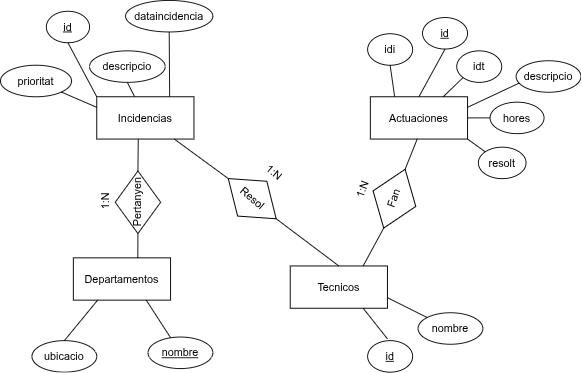
The draw.io diagram content/diagE_R.png in inspedralbes/Page-Wasp-incidents-manage, before a commit. Source tidied: cells renumbered, new cells last; positions are measured from the earlier drawing's top-left corner, leaving out a move shared by most shapes.
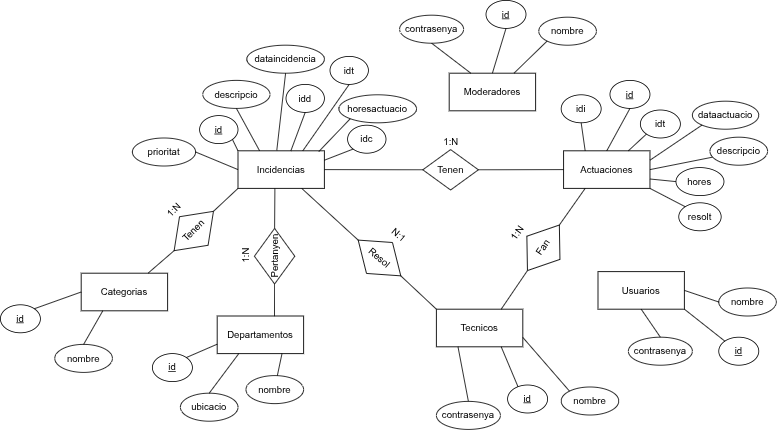
The same file after the commit.

Change to the diagram source:
```diff
@@ -5,35 +5,35 @@
     <mxCell id="2" value="Incidencias" style="rounded=0;whiteSpace=wrap;html=1;strokeWidth=1;" parent="1" vertex="1">
-      <mxGeometry x="107" y="107" width="108" height="47" as="geometry" />
+      <mxGeometry x="-20" y="91" width="108" height="47" as="geometry" />
     </mxCell>
     <mxCell id="3" value="Departamentos" style="rounded=0;whiteSpace=wrap;html=1;strokeWidth=1;" parent="1" vertex="1">
-      <mxGeometry x="81" y="286" width="108" height="47" as="geometry" />
+      <mxGeometry x="-46" y="297.5" width="108" height="47" as="geometry" />
     </mxCell>
     <mxCell id="4" value="Tecnicos" style="rounded=0;whiteSpace=wrap;html=1;strokeWidth=1;" parent="1" vertex="1">
-      <mxGeometry x="322" y="295" width="108" height="47" as="geometry" />
+      <mxGeometry x="228" y="289" width="108" height="47" as="geometry" />
     </mxCell>
     <mxCell id="5" value="Actuaciones" style="rounded=0;whiteSpace=wrap;html=1;strokeWidth=1;" parent="1" vertex="1">
-      <mxGeometry x="411" y="107" width="108" height="47" as="geometry" />
+      <mxGeometry x="387" y="91" width="108" height="47" as="geometry" />
     </mxCell>
     <mxCell id="6" value="&lt;u&gt;id&lt;/u&gt;" style="ellipse;whiteSpace=wrap;html=1;strokeWidth=1;" parent="1" vertex="1">
-      <mxGeometry x="51" y="12" width="48" height="35" as="geometry" />
+      <mxGeometry x="-68" y="47" width="48" height="35" as="geometry" />
     </mxCell>
     <mxCell id="7" value="descripcio" style="ellipse;whiteSpace=wrap;html=1;strokeWidth=1;" parent="1" vertex="1">
-      <mxGeometry x="99" y="56" width="84" height="35" as="geometry" />
+      <mxGeometry x="-64" y="3" width="84" height="35" as="geometry" />
     </mxCell>
     <mxCell id="8" value="prioritat" style="ellipse;whiteSpace=wrap;html=1;strokeWidth=1;" parent="1" vertex="1">
-      <mxGeometry y="72" width="79" height="35" as="geometry" />
+      <mxGeometry x="-152" y="75" width="79" height="35" as="geometry" />
     </mxCell>
     <mxCell id="9" value="dataincidencia" style="ellipse;whiteSpace=wrap;html=1;strokeWidth=1;" parent="1" vertex="1">
-      <mxGeometry x="139" width="97" height="35" as="geometry" />
+      <mxGeometry x="-9" y="-41" width="97" height="35" as="geometry" />
     </mxCell>
-    <mxCell id="10" style="endArrow=none;html=1;rounded=0;exitX=1;exitY=1;exitDx=0;exitDy=0;entryX=0;entryY=0.25;entryDx=0;entryDy=0;strokeWidth=1;" parent="1" edge="1" source="8" target="2">
+    <mxCell id="10" style="endArrow=none;html=1;rounded=0;exitX=1;exitY=0.5;exitDx=0;exitDy=0;entryX=0;entryY=0.5;entryDx=0;entryDy=0;strokeWidth=1;" parent="1" edge="1" source="8" target="2">
       <mxGeometry relative="1" as="geometry" />
     </mxCell>
-    <mxCell id="11" style="endArrow=none;html=1;rounded=0;exitX=0.5;exitY=1;exitDx=0;exitDy=0;entryX=0;entryY=0;entryDx=0;entryDy=0;strokeWidth=1;" parent="1" edge="1" source="6" target="2">
+    <mxCell id="11" style="endArrow=none;html=1;rounded=0;exitX=1;exitY=1;exitDx=0;exitDy=0;entryX=0;entryY=0;entryDx=0;entryDy=0;strokeWidth=1;" parent="1" edge="1" source="6" target="2">
       <mxGeometry relative="1" as="geometry" />
     </mxCell>
-    <mxCell id="12" style="endArrow=none;html=1;rounded=0;exitX=0.5;exitY=1;exitDx=0;exitDy=0;strokeWidth=1;" parent="1" edge="1" source="7" target="2">
+    <mxCell id="12" style="endArrow=none;html=1;rounded=0;exitX=0.5;exitY=1;exitDx=0;exitDy=0;strokeWidth=1;entryX=0.25;entryY=0;entryDx=0;entryDy=0;" parent="1" edge="1" source="7" target="2">
       <mxGeometry relative="1" as="geometry" />
     </mxCell>
-    <mxCell id="13" style="endArrow=none;html=1;rounded=0;exitX=0.5;exitY=1;exitDx=0;exitDy=0;entryX=0.75;entryY=0;entryDx=0;entryDy=0;strokeWidth=1;" parent="1" edge="1" source="9" target="2">
+    <mxCell id="13" style="endArrow=none;html=1;rounded=0;exitX=0.5;exitY=1;exitDx=0;exitDy=0;entryX=0.449;entryY=-0.012;entryDx=0;entryDy=0;strokeWidth=1;entryPerimeter=0;" parent="1" edge="1" source="9" target="2">
       <mxGeometry relative="1" as="geometry" />
@@ -41,9 +41,9 @@
     <mxCell id="14" value="&lt;u&gt;id&lt;/u&gt;" style="ellipse;whiteSpace=wrap;html=1;strokeWidth=1;" parent="1" vertex="1">
-      <mxGeometry x="469" y="19" width="50" height="35" as="geometry" />
+      <mxGeometry x="445" y="3" width="50" height="35" as="geometry" />
     </mxCell>
     <mxCell id="15" value="idi" style="ellipse;whiteSpace=wrap;html=1;strokeWidth=1;" parent="1" vertex="1">
-      <mxGeometry x="408" y="37" width="50" height="35" as="geometry" />
+      <mxGeometry x="384" y="21" width="50" height="35" as="geometry" />
     </mxCell>
     <mxCell id="16" value="idt" style="ellipse;whiteSpace=wrap;html=1;strokeWidth=1;" parent="1" vertex="1">
-      <mxGeometry x="507" y="56" width="50" height="35" as="geometry" />
+      <mxGeometry x="483" y="40" width="50" height="35" as="geometry" />
     </mxCell>
@@ -58,24 +58,18 @@
     </mxCell>
-    <mxCell id="20" value="1:N" style="text;html=1;align=center;verticalAlign=middle;strokeColor=none;fillColor=none;strokeWidth=1;rotation=-70;" parent="1" vertex="1">
-      <mxGeometry x="384" y="198" width="37" height="26" as="geometry" />
-    </mxCell>
     <mxCell id="21" value="nombre" style="ellipse;whiteSpace=wrap;html=1;strokeWidth=1;" parent="1" vertex="1">
-      <mxGeometry x="464" y="347" width="72" height="35" as="geometry" />
+      <mxGeometry x="384" y="386.2" width="72" height="35" as="geometry" />
     </mxCell>
     <mxCell id="22" value="&lt;u&gt;id&lt;/u&gt;" style="ellipse;whiteSpace=wrap;html=1;strokeWidth=1;" parent="1" vertex="1">
-      <mxGeometry x="408" y="378" width="50" height="35" as="geometry" />
+      <mxGeometry x="317" y="383.8" width="50" height="35" as="geometry" />
     </mxCell>
-    <mxCell id="23" value="&lt;u&gt;nombre&lt;/u&gt;" style="ellipse;whiteSpace=wrap;html=1;strokeWidth=1;" parent="1" vertex="1">
-      <mxGeometry x="164" y="374" width="72" height="35" as="geometry" />
+    <mxCell id="23" value="nombre" style="ellipse;whiteSpace=wrap;html=1;strokeWidth=1;" parent="1" vertex="1">
+      <mxGeometry x="-10" y="372" width="72" height="35" as="geometry" />
     </mxCell>
     <mxCell id="24" value="ubicacio" style="ellipse;whiteSpace=wrap;html=1;strokeWidth=1;" parent="1" vertex="1">
-      <mxGeometry x="35" y="378" width="72" height="35" as="geometry" />
+      <mxGeometry x="-92" y="394" width="72" height="35" as="geometry" />
     </mxCell>
-    <mxCell id="25" value="Fan" style="rhombus;whiteSpace=wrap;html=1;rotation=-70;" parent="1" vertex="1">
-      <mxGeometry x="403" y="195" width="69.5" height="50.5" as="geometry" />
-    </mxCell>
     <mxCell id="26" value="descripcio" style="ellipse;whiteSpace=wrap;html=1;strokeWidth=1;" parent="1" vertex="1">
-      <mxGeometry x="573" y="67" width="72" height="35" as="geometry" />
+      <mxGeometry x="570" y="74" width="72" height="35" as="geometry" />
     </mxCell>
-    <mxCell id="27" style="endArrow=none;html=1;rounded=0;exitX=1;exitY=0.5;exitDx=0;exitDy=0;entryX=0.483;entryY=0.995;entryDx=0;entryDy=0;entryPerimeter=0;" parent="1" edge="1" source="25" target="5">
+    <mxCell id="27" style="endArrow=none;html=1;rounded=0;exitX=1;exitY=0.5;exitDx=0;exitDy=0;entryX=0.25;entryY=1;entryDx=0;entryDy=0;" parent="1" edge="1" source="25" target="5">
       <mxGeometry relative="1" as="geometry" />
@@ -83,6 +77,6 @@
     <mxCell id="28" value="hores" style="ellipse;whiteSpace=wrap;html=1;strokeWidth=1;" parent="1" vertex="1">
-      <mxGeometry x="544" y="113" width="60" height="35" as="geometry" />
+      <mxGeometry x="527.5" y="112" width="60" height="35" as="geometry" />
     </mxCell>
     <mxCell id="29" value="resolt" style="ellipse;whiteSpace=wrap;html=1;strokeWidth=1;" parent="1" vertex="1">
-      <mxGeometry x="531" y="163" width="53" height="35" as="geometry" />
+      <mxGeometry x="531" y="156" width="53" height="35" as="geometry" />
     </mxCell>
@@ -91,6 +85,6 @@
     </mxCell>
-    <mxCell id="31" style="endArrow=none;html=1;rounded=0;entryX=0.042;entryY=0.714;entryDx=0;entryDy=0;exitX=1;exitY=0.25;exitDx=0;exitDy=0;strokeWidth=1;entryPerimeter=0;" parent="1" edge="1" source="5" target="26">
+    <mxCell id="31" style="endArrow=none;html=1;rounded=0;entryX=0.042;entryY=0.714;entryDx=0;entryDy=0;exitX=1;exitY=0.5;exitDx=0;exitDy=0;strokeWidth=1;entryPerimeter=0;" parent="1" edge="1" source="5" target="26">
       <mxGeometry relative="1" as="geometry" />
     </mxCell>
-    <mxCell id="32" style="endArrow=none;html=1;rounded=0;entryX=0;entryY=0.5;entryDx=0;entryDy=0;strokeWidth=1;exitX=1;exitY=0.5;exitDx=0;exitDy=0;" parent="1" edge="1" source="5" target="28">
+    <mxCell id="32" style="endArrow=none;html=1;rounded=0;entryX=0;entryY=0.5;entryDx=0;entryDy=0;strokeWidth=1;exitX=1;exitY=0.75;exitDx=0;exitDy=0;" parent="1" edge="1" source="5" target="28">
       <mxGeometry relative="1" as="geometry" />
@@ -100,6 +94,4 @@
     </mxCell>
-    <mxCell id="34" style="endArrow=none;html=1;rounded=0;entryX=0.75;entryY=1;entryDx=0;entryDy=0;strokeWidth=1;" parent="1" edge="1" target="4">
-      <mxGeometry relative="1" as="geometry">
-        <mxPoint x="430" y="376" as="sourcePoint" />
-      </mxGeometry>
+    <mxCell id="34" style="endArrow=none;html=1;rounded=0;entryX=0.25;entryY=1;entryDx=0;entryDy=0;strokeWidth=1;exitX=0.5;exitY=0;exitDx=0;exitDy=0;" parent="1" edge="1" source="66" target="4">
+      <mxGeometry relative="1" as="geometry" />
     </mxCell>
@@ -114,6 +106,3 @@
     </mxCell>
-    <mxCell id="38" value="Resol" style="rhombus;whiteSpace=wrap;html=1;rotation=40;" parent="1" vertex="1">
-      <mxGeometry x="245" y="195" width="69.5" height="50.5" as="geometry" />
-    </mxCell>
-    <mxCell id="39" style="endArrow=none;html=1;rounded=0;exitX=0.5;exitY=0;exitDx=0;exitDy=0;entryX=1;entryY=0.5;entryDx=0;entryDy=0;strokeWidth=1;" parent="1" edge="1" source="4" target="38">
+    <mxCell id="39" style="endArrow=none;html=1;rounded=0;exitX=0;exitY=0;exitDx=0;exitDy=0;entryX=1;entryY=0.5;entryDx=0;entryDy=0;strokeWidth=1;" parent="1" edge="1" source="4" target="38">
       <mxGeometry relative="1" as="geometry" />
@@ -123,17 +112,164 @@
     </mxCell>
+    <mxCell id="42" style="endArrow=none;html=1;rounded=0;exitX=0.663;exitY=0.006;exitDx=0;exitDy=0;entryX=0;entryY=0.5;entryDx=0;entryDy=0;strokeWidth=1;exitPerimeter=0;" parent="1" edge="1" source="3" target="44">
+      <mxGeometry relative="1" as="geometry" />
+    </mxCell>
+    <mxCell id="45" style="endArrow=none;html=1;rounded=0;exitX=1;exitY=0.5;exitDx=0;exitDy=0;entryX=0.427;entryY=1.004;entryDx=0;entryDy=0;entryPerimeter=0;" parent="1" edge="1" source="44" target="2">
+      <mxGeometry relative="1" as="geometry" />
+    </mxCell>
+    <mxCell id="46" value="horesactuacio" style="ellipse;whiteSpace=wrap;html=1;strokeWidth=1;" parent="1" vertex="1">
+      <mxGeometry x="106.1" y="21" width="97" height="35" as="geometry" />
+    </mxCell>
+    <mxCell id="47" value="idd" style="ellipse;whiteSpace=wrap;html=1;strokeWidth=1;" parent="1" vertex="1">
+      <mxGeometry x="40" y="8" width="48" height="35" as="geometry" />
+    </mxCell>
+    <mxCell id="48" value="idt" style="ellipse;whiteSpace=wrap;html=1;strokeWidth=1;" parent="1" vertex="1">
+      <mxGeometry x="95" y="-27" width="48" height="35" as="geometry" />
+    </mxCell>
+    <mxCell id="49" value="idc" style="ellipse;whiteSpace=wrap;html=1;strokeWidth=1;" parent="1" vertex="1">
+      <mxGeometry x="117" y="59" width="48" height="35" as="geometry" />
+    </mxCell>
+    <mxCell id="50" style="endArrow=none;html=1;rounded=0;exitX=0.5;exitY=1;exitDx=0;exitDy=0;entryX=0.611;entryY=0.006;entryDx=0;entryDy=0;strokeWidth=1;entryPerimeter=0;" parent="1" edge="1" source="47" target="2">
+      <mxGeometry relative="1" as="geometry" />
+    </mxCell>
+    <mxCell id="51" style="endArrow=none;html=1;rounded=0;exitX=0.5;exitY=1;exitDx=0;exitDy=0;entryX=0.75;entryY=0;entryDx=0;entryDy=0;strokeWidth=1;" parent="1" edge="1" source="48" target="2">
+      <mxGeometry relative="1" as="geometry" />
+    </mxCell>
+    <mxCell id="52" style="endArrow=none;html=1;rounded=0;exitX=0;exitY=1;exitDx=0;exitDy=0;entryX=0.935;entryY=0.021;entryDx=0;entryDy=0;strokeWidth=1;entryPerimeter=0;" parent="1" edge="1" source="46" target="2">
+      <mxGeometry relative="1" as="geometry" />
+    </mxCell>
+    <mxCell id="53" style="endArrow=none;html=1;rounded=0;exitX=0;exitY=1;exitDx=0;exitDy=0;entryX=1;entryY=0.25;entryDx=0;entryDy=0;strokeWidth=1;" parent="1" edge="1" source="49" target="2">
+      <mxGeometry relative="1" as="geometry" />
+    </mxCell>
+    <mxCell id="54" style="group;" parent="1" vertex="1">
+      <mxGeometry x="114" y="173.9" width="89.1" height="92.8" as="geometry" />
+    </mxCell>
+    <mxCell id="38" value="Resol" style="rhombus;whiteSpace=wrap;html=1;rotation=40;" parent="54" vertex="1">
+      <mxGeometry x="8.1" y="25.9" width="69.5" height="50.5" as="geometry" />
+    </mxCell>
-    <mxCell id="41" value="1:N" style="text;html=1;align=center;verticalAlign=middle;strokeColor=none;fillColor=none;strokeWidth=1;rotation=40;" parent="1" vertex="1">
-      <mxGeometry x="285" y="178" width="37" height="26" as="geometry" />
+    <mxCell id="41" value="N:1" style="text;html=1;align=center;verticalAlign=middle;strokeColor=none;fillColor=none;strokeWidth=1;rotation=40;" parent="54" vertex="1">
+      <mxGeometry x="48.1" y="8.9" width="37" height="26" as="geometry" />
     </mxCell>
-    <mxCell id="42" style="endArrow=none;html=1;rounded=0;exitX=0.663;exitY=0.006;exitDx=0;exitDy=0;entryX=0;entryY=0.5;entryDx=0;entryDy=0;strokeWidth=1;exitPerimeter=0;" parent="1" edge="1" source="3" target="44">
-      <mxGeometry relative="1" as="geometry" />
-    </mxCell>
+    <mxCell id="55" style="group;rotation=15;" parent="1" vertex="1">
+      <mxGeometry x="308" y="168" width="89.4" height="82.6" as="geometry" />
+    </mxCell>
+    <mxCell id="20" value="1:N" style="text;html=1;align=center;verticalAlign=middle;strokeColor=none;fillColor=none;strokeWidth=1;rotation=-55;" parent="55" vertex="1">
+      <mxGeometry x="3" y="13" width="37" height="26" as="geometry" />
+    </mxCell>
+    <mxCell id="25" value="Fan" style="rhombus;whiteSpace=wrap;html=1;rotation=-55;" parent="55" vertex="1">
+      <mxGeometry x="19" y="19" width="69.5" height="50.5" as="geometry" />
+    </mxCell>
+    <mxCell id="56" style="group;" parent="1" vertex="1">
+      <mxGeometry x="-22.5" y="188" width="73.5" height="69.5" as="geometry" />
+    </mxCell>
-    <mxCell id="43" value="1:N" style="text;html=1;align=center;verticalAlign=middle;strokeColor=none;fillColor=none;strokeWidth=1;rotation=-90;" parent="1" vertex="1">
-      <mxGeometry x="99" y="211.2" width="37" height="26" as="geometry" />
+    <mxCell id="43" value="1:N" style="text;html=1;align=center;verticalAlign=middle;strokeColor=none;fillColor=none;strokeWidth=1;rotation=-90;" parent="56" vertex="1">
+      <mxGeometry x="-5.5" y="21.8" width="37" height="26" as="geometry" />
     </mxCell>
-    <mxCell id="44" value="Pertanyen" style="rhombus;whiteSpace=wrap;html=1;rotation=-90;" parent="1" vertex="1">
-      <mxGeometry x="118" y="199" width="69.5" height="50.5" as="geometry" />
+    <mxCell id="44" value="Pertanyen" style="rhombus;whiteSpace=wrap;html=1;rotation=-90;" parent="56" vertex="1">
+      <mxGeometry x="13.5" y="9.5" width="69.5" height="50.5" as="geometry" />
     </mxCell>
-    <mxCell id="45" style="endArrow=none;html=1;rounded=0;exitX=1;exitY=0.5;exitDx=0;exitDy=0;entryX=0.427;entryY=1.004;entryDx=0;entryDy=0;entryPerimeter=0;" parent="1" edge="1" source="44" target="2">
-      <mxGeometry relative="1" as="geometry" />
-    </mxCell>
+    <mxCell id="57" value="dataactuacio" style="ellipse;whiteSpace=wrap;html=1;strokeWidth=1;" parent="1" vertex="1">
+      <mxGeometry x="548" y="29" width="83" height="35" as="geometry" />
+    </mxCell>
+    <mxCell id="58" style="endArrow=none;html=1;rounded=0;entryX=0;entryY=1;entryDx=0;entryDy=0;exitX=1;exitY=0.25;exitDx=0;exitDy=0;strokeWidth=1;" parent="1" edge="1" source="5" target="57">
+      <mxGeometry relative="1" as="geometry" />
+    </mxCell>
+    <mxCell id="59" style="group;rotation=90;" parent="1" vertex="1">
+      <mxGeometry x="209" y="68.5" width="73.5" height="69.5" as="geometry" />
+    </mxCell>
+    <mxCell id="60" value="1:N" style="text;html=1;align=center;verticalAlign=middle;strokeColor=none;fillColor=none;strokeWidth=1;rotation=0;" parent="59" vertex="1">
+      <mxGeometry x="18" y="-2" width="37" height="26" as="geometry" />
+    </mxCell>
+    <mxCell id="61" value="Tenen" style="rhombus;whiteSpace=wrap;html=1;rotation=0;" parent="59" vertex="1">
+      <mxGeometry x="2" y="21" width="69.5" height="50.5" as="geometry" />
+    </mxCell>
+    <mxCell id="62" style="endArrow=none;html=1;rounded=0;entryX=1;entryY=0.5;entryDx=0;entryDy=0;exitX=0;exitY=0.5;exitDx=0;exitDy=0;strokeWidth=1;" parent="1" edge="1" source="61" target="2">
+      <mxGeometry relative="1" as="geometry" />
+    </mxCell>
+    <mxCell id="63" style="endArrow=none;html=1;rounded=0;entryX=1;entryY=0.5;entryDx=0;entryDy=0;exitX=0;exitY=0.5;exitDx=0;exitDy=0;strokeWidth=1;" parent="1" edge="1" source="5" target="61">
+      <mxGeometry relative="1" as="geometry" />
+    </mxCell>
+    <mxCell id="64" value="&lt;u&gt;id&lt;/u&gt;" style="ellipse;whiteSpace=wrap;html=1;strokeWidth=1;" parent="1" vertex="1">
+      <mxGeometry x="-127" y="344.5" width="50" height="35" as="geometry" />
+    </mxCell>
+    <mxCell id="65" style="endArrow=none;html=1;rounded=0;exitX=1;exitY=0;exitDx=0;exitDy=0;entryX=0;entryY=0.75;entryDx=0;entryDy=0;" parent="1" edge="1" source="64" target="3">
+      <mxGeometry relative="1" as="geometry" />
+    </mxCell>
+    <mxCell id="66" value="contrasenya" style="ellipse;whiteSpace=wrap;html=1;strokeWidth=1;" parent="1" vertex="1">
+      <mxGeometry x="228" y="404.2" width="80" height="35" as="geometry" />
+    </mxCell>
+    <mxCell id="67" style="endArrow=none;html=1;rounded=0;entryX=0.75;entryY=1;entryDx=0;entryDy=0;strokeWidth=1;exitX=0.259;exitY=0.058;exitDx=0;exitDy=0;exitPerimeter=0;" parent="1" edge="1" source="22" target="4">
+      <mxGeometry relative="1" as="geometry" />
+    </mxCell>
+    <mxCell id="68" value="Usuarios" style="rounded=0;whiteSpace=wrap;html=1;strokeWidth=1;" parent="1" vertex="1">
+      <mxGeometry x="430" y="242" width="108" height="47" as="geometry" />
+    </mxCell>
+    <mxCell id="69" value="Categorias" style="rounded=0;whiteSpace=wrap;html=1;strokeWidth=1;" parent="1" vertex="1">
+      <mxGeometry x="-216" y="244" width="108" height="47" as="geometry" />
+    </mxCell>
+    <mxCell id="70" value="Moderadores" style="rounded=0;whiteSpace=wrap;html=1;strokeWidth=1;" parent="1" vertex="1">
+      <mxGeometry x="244" y="-6" width="108" height="47" as="geometry" />
+    </mxCell>
+    <mxCell id="71" value="nombre" style="ellipse;whiteSpace=wrap;html=1;strokeWidth=1;" parent="1" vertex="1">
+      <mxGeometry x="581" y="262.5" width="72" height="35" as="geometry" />
+    </mxCell>
+    <mxCell id="72" value="&lt;u&gt;id&lt;/u&gt;" style="ellipse;whiteSpace=wrap;html=1;strokeWidth=1;" parent="1" vertex="1">
+      <mxGeometry x="581" y="324" width="50" height="35" as="geometry" />
+    </mxCell>
+    <mxCell id="73" value="contrasenya" style="ellipse;whiteSpace=wrap;html=1;strokeWidth=1;" parent="1" vertex="1">
+      <mxGeometry x="468" y="324" width="80" height="35" as="geometry" />
+    </mxCell>
+    <mxCell id="74" style="endArrow=none;html=1;rounded=0;exitX=0.5;exitY=0;exitDx=0;exitDy=0;entryX=0.5;entryY=1;entryDx=0;entryDy=0;strokeWidth=1;" parent="1" edge="1" source="73" target="68">
+      <mxGeometry relative="1" as="geometry" />
+    </mxCell>
+    <mxCell id="75" style="endArrow=none;html=1;rounded=0;exitX=0;exitY=0;exitDx=0;exitDy=0;entryX=1;entryY=1;entryDx=0;entryDy=0;strokeWidth=1;" parent="1" edge="1" source="72" target="68">
+      <mxGeometry relative="1" as="geometry" />
+    </mxCell>
+    <mxCell id="76" style="endArrow=none;html=1;rounded=0;exitX=0;exitY=0.5;exitDx=0;exitDy=0;entryX=1;entryY=0.5;entryDx=0;entryDy=0;strokeWidth=1;" parent="1" edge="1" source="71" target="68">
+      <mxGeometry relative="1" as="geometry" />
+    </mxCell>
+    <mxCell id="77" value="nombre" style="ellipse;whiteSpace=wrap;html=1;strokeWidth=1;" parent="1" vertex="1">
+      <mxGeometry x="356" y="-76" width="72" height="35" as="geometry" />
+    </mxCell>
+    <mxCell id="78" value="&lt;u&gt;id&lt;/u&gt;" style="ellipse;whiteSpace=wrap;html=1;strokeWidth=1;" parent="1" vertex="1">
+      <mxGeometry x="290" y="-97" width="50" height="35" as="geometry" />
+    </mxCell>
+    <mxCell id="79" value="contrasenya" style="ellipse;whiteSpace=wrap;html=1;strokeWidth=1;" parent="1" vertex="1">
+      <mxGeometry x="182" y="-78.5" width="80" height="35" as="geometry" />
+    </mxCell>
+    <mxCell id="80" style="endArrow=none;html=1;rounded=0;entryX=0.5;entryY=1;entryDx=0;entryDy=0;exitX=0.25;exitY=0;exitDx=0;exitDy=0;strokeWidth=1;" parent="1" edge="1" source="70" target="79">
+      <mxGeometry relative="1" as="geometry" />
+    </mxCell>
+    <mxCell id="81" style="endArrow=none;html=1;rounded=0;entryX=0.5;entryY=1;entryDx=0;entryDy=0;exitX=0.5;exitY=0;exitDx=0;exitDy=0;strokeWidth=1;" parent="1" edge="1" source="70" target="78">
+      <mxGeometry relative="1" as="geometry" />
+    </mxCell>
+    <mxCell id="82" style="endArrow=none;html=1;rounded=0;entryX=0;entryY=1;entryDx=0;entryDy=0;exitX=0.75;exitY=0;exitDx=0;exitDy=0;strokeWidth=1;" parent="1" edge="1" source="70" target="77">
+      <mxGeometry relative="1" as="geometry" />
+    </mxCell>
+    <mxCell id="83" style="group;rotation=45;" parent="1" vertex="1">
+      <mxGeometry x="-120" y="148" width="73.5" height="69.5" as="geometry" />
+    </mxCell>
+    <mxCell id="84" value="1:N" style="text;html=1;align=center;verticalAlign=middle;strokeColor=none;fillColor=none;strokeWidth=1;rotation=-45;" parent="83" vertex="1">
+      <mxGeometry x="1" y="5" width="37" height="26" as="geometry" />
+    </mxCell>
+    <mxCell id="85" value="Tenen" style="rhombus;whiteSpace=wrap;html=1;rotation=-45;" parent="83" vertex="1">
+      <mxGeometry x="10" y="18" width="69.5" height="50.5" as="geometry" />
+    </mxCell>
+    <mxCell id="86" style="endArrow=none;html=1;rounded=0;exitX=0;exitY=1;exitDx=0;exitDy=0;entryX=1;entryY=0.5;entryDx=0;entryDy=0;" parent="1" edge="1" source="2" target="85">
+      <mxGeometry relative="1" as="geometry" />
+    </mxCell>
+    <mxCell id="87" style="endArrow=none;html=1;rounded=0;entryX=0.776;entryY=-0.005;entryDx=0;entryDy=0;exitX=0;exitY=0.5;exitDx=0;exitDy=0;entryPerimeter=0;" parent="1" edge="1" source="85" target="69">
+      <mxGeometry relative="1" as="geometry" />
+    </mxCell>
+    <mxCell id="88" value="nombre" style="ellipse;whiteSpace=wrap;html=1;strokeWidth=1;" parent="1" vertex="1">
+      <mxGeometry x="-249" y="333" width="72" height="35" as="geometry" />
+    </mxCell>
+    <mxCell id="89" value="&lt;u&gt;id&lt;/u&gt;" style="ellipse;whiteSpace=wrap;html=1;strokeWidth=1;" parent="1" vertex="1">
+      <mxGeometry x="-317" y="283.5" width="50" height="35" as="geometry" />
+    </mxCell>
+    <mxCell id="90" style="endArrow=none;html=1;rounded=0;entryX=1;entryY=0;entryDx=0;entryDy=0;exitX=0;exitY=0.5;exitDx=0;exitDy=0;" parent="1" edge="1" source="69" target="89">
+      <mxGeometry relative="1" as="geometry" />
+    </mxCell>
+    <mxCell id="91" style="endArrow=none;html=1;rounded=0;entryX=0.5;entryY=0;entryDx=0;entryDy=0;exitX=0.25;exitY=1;exitDx=0;exitDy=0;" parent="1" edge="1" source="69" target="88">
+      <mxGeometry relative="1" as="geometry" />
+    </mxCell>
   </root>
```
